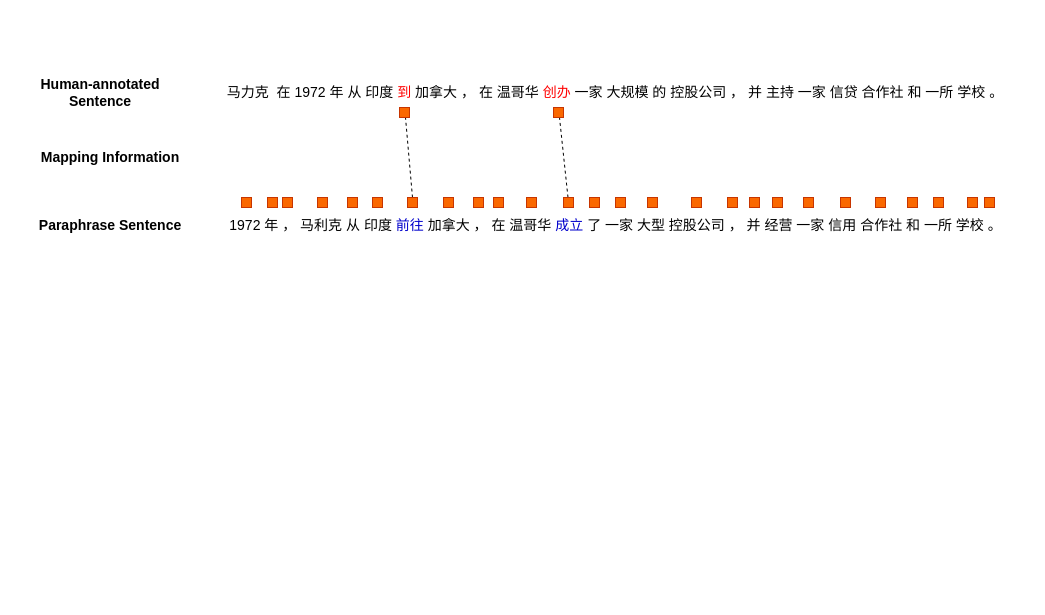
gitofding/first_repository keeps this draw.io diagram as alignmeng.drawio. Above is the earlier version. Source tidied: cells renumbered, new cells numbered last; positions are measured from the earlier drawing's top-left corner, leaving out a move shared by most shapes. Both pictures are drawn from the tidied source at 100%, with x=0, y=0 at pixel (17, 67).
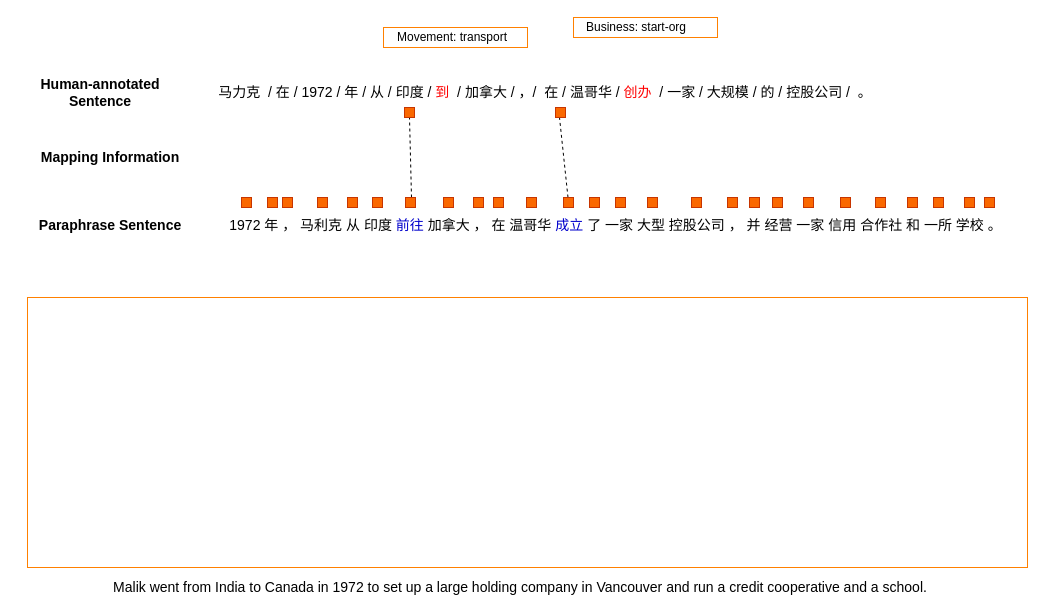
The same page after the edit.

Change to the diagram source:
```diff
@@
-    <mxCell id="2" value="&lt;font style=&quot;font-size: 14px&quot;&gt;马力克&amp;nbsp; 在 1972 年 从 印度 &lt;font color=&quot;#ff0000&quot;&gt;到 &lt;/font&gt;加拿大 ， 在 温哥华 &lt;font color=&quot;#ff0000&quot;&gt;创办 &lt;/font&gt;一家 大规模 的 控股公司 ， 并 主持 一家 信贷 合作社 和 一所 学校 。&lt;/font&gt;" style="text;html=1;strokeColor=none;fillColor=none;align=center;verticalAlign=middle;whiteSpace=wrap;rounded=0;" parent="1" vertex="1">
-      <mxGeometry x="200" width="796" height="50" as="geometry" />
+    <mxCell id="2" value="&lt;font style=&quot;font-size: 14px&quot;&gt;马力克&amp;nbsp; / 在 / 1972 / 年 / 从 / 印度 /&amp;nbsp;&lt;font color=&quot;#ff0000&quot;&gt;到&amp;nbsp; &lt;/font&gt;/ 加拿大 / ，/&amp;nbsp; 在 / 温哥华 /&amp;nbsp;&lt;font color=&quot;#ff0000&quot;&gt;创办&amp;nbsp;&amp;nbsp;&lt;/font&gt;/ 一家 / 大规模 / 的 / 控股公司 /&amp;nbsp; 。&lt;/font&gt;" style="text;html=1;strokeColor=none;fillColor=none;align=center;verticalAlign=middle;whiteSpace=wrap;rounded=0;" parent="1" vertex="1">
+      <mxGeometry x="198" width="660" height="50" as="geometry" />
     </mxCell>
@@
-    <mxCell id="8" style="endArrow=none;dashed=1;html=1;exitX=0;exitY=0.5;exitDx=0;exitDy=0;entryX=0.5;entryY=1;entryDx=0;entryDy=0;" parent="1" edge="1" source="15">
+    <mxCell id="8" style="endArrow=none;dashed=1;html=1;exitX=0;exitY=0.5;exitDx=0;exitDy=0;entryX=1;entryY=0.5;entryDx=0;entryDy=0;" parent="1" edge="1" target="35">
       <mxGeometry relative="1" as="geometry">
-        <mxPoint x="388" y="50" as="targetPoint" />
+        <mxPoint x="394" y="130" as="sourcePoint" />
       </mxGeometry>
     </mxCell>
@@
     <mxCell id="15" style="rounded=0;whiteSpace=wrap;html=1;direction=south;fillColor=#fa6800;strokeColor=#C73500;fontColor=#ffffff;" parent="1" vertex="1">
-      <mxGeometry x="390" y="130" width="10" height="10" as="geometry" />
+      <mxGeometry x="388" y="130" width="10" height="10" as="geometry" />
     </mxCell>
@@
     <mxCell id="33" style="rounded=0;whiteSpace=wrap;html=1;direction=south;fillColor=#fa6800;strokeColor=#C73500;fontColor=#ffffff;" parent="1" vertex="1">
-      <mxGeometry x="950" y="130" width="10" height="10" as="geometry" />
+      <mxGeometry x="947" y="130" width="10" height="10" as="geometry" />
     </mxCell>
@@
     <mxCell id="35" style="rounded=0;whiteSpace=wrap;html=1;direction=south;fillColor=#fa6800;strokeColor=#C73500;fontColor=#ffffff;" parent="1" vertex="1">
-      <mxGeometry x="382" y="40" width="10" height="10" as="geometry" />
+      <mxGeometry x="387" y="40" width="10" height="10" as="geometry" />
     </mxCell>
     <mxCell id="36" style="rounded=0;whiteSpace=wrap;html=1;direction=south;fillColor=#fa6800;strokeColor=#C73500;fontColor=#ffffff;" parent="1" vertex="1">
-      <mxGeometry x="536" y="40" width="10" height="10" as="geometry" />
+      <mxGeometry x="538" y="40" width="10" height="10" as="geometry" />
     </mxCell>
+    <mxCell id="37" value="&lt;font style=&quot;font-size: 14px&quot;&gt;Malik went from India to Canada in 1972 to set up a large holding company in Vancouver and run a credit cooperative and a school.&lt;/font&gt;" style="text;html=1;strokeColor=none;fillColor=none;align=center;verticalAlign=middle;whiteSpace=wrap;rounded=0;" parent="1" vertex="1">
+      <mxGeometry x="90" y="510" width="826" height="20" as="geometry" />
+    </mxCell>
+    <mxCell id="38" style="rounded=0;whiteSpace=wrap;html=1;strokeColor=#FF8000;" parent="1" vertex="1">
+      <mxGeometry x="10" y="230" width="1000" height="270" as="geometry" />
+    </mxCell>
+    <mxCell id="39" style="rounded=0;whiteSpace=wrap;html=1;strokeColor=#FF8000;" parent="1" vertex="1">
+      <mxGeometry x="366" y="-40" width="144" height="20" as="geometry" />
+    </mxCell>
+    <mxCell id="40" value="Movement: transport" style="text;html=1;strokeColor=none;fillColor=none;align=center;verticalAlign=middle;whiteSpace=wrap;rounded=0;" parent="1" vertex="1">
+      <mxGeometry x="370" y="-40" width="130" height="20" as="geometry" />
+    </mxCell>
+    <mxCell id="41" style="rounded=0;whiteSpace=wrap;html=1;strokeColor=#FF8000;" parent="1" vertex="1">
+      <mxGeometry x="556" y="-50" width="144" height="20" as="geometry" />
+    </mxCell>
+    <mxCell id="42" value="Business: start-org" style="text;html=1;strokeColor=none;fillColor=none;align=center;verticalAlign=middle;whiteSpace=wrap;rounded=0;" parent="1" vertex="1">
+      <mxGeometry x="554" y="-50" width="130" height="20" as="geometry" />
+    </mxCell>
```
